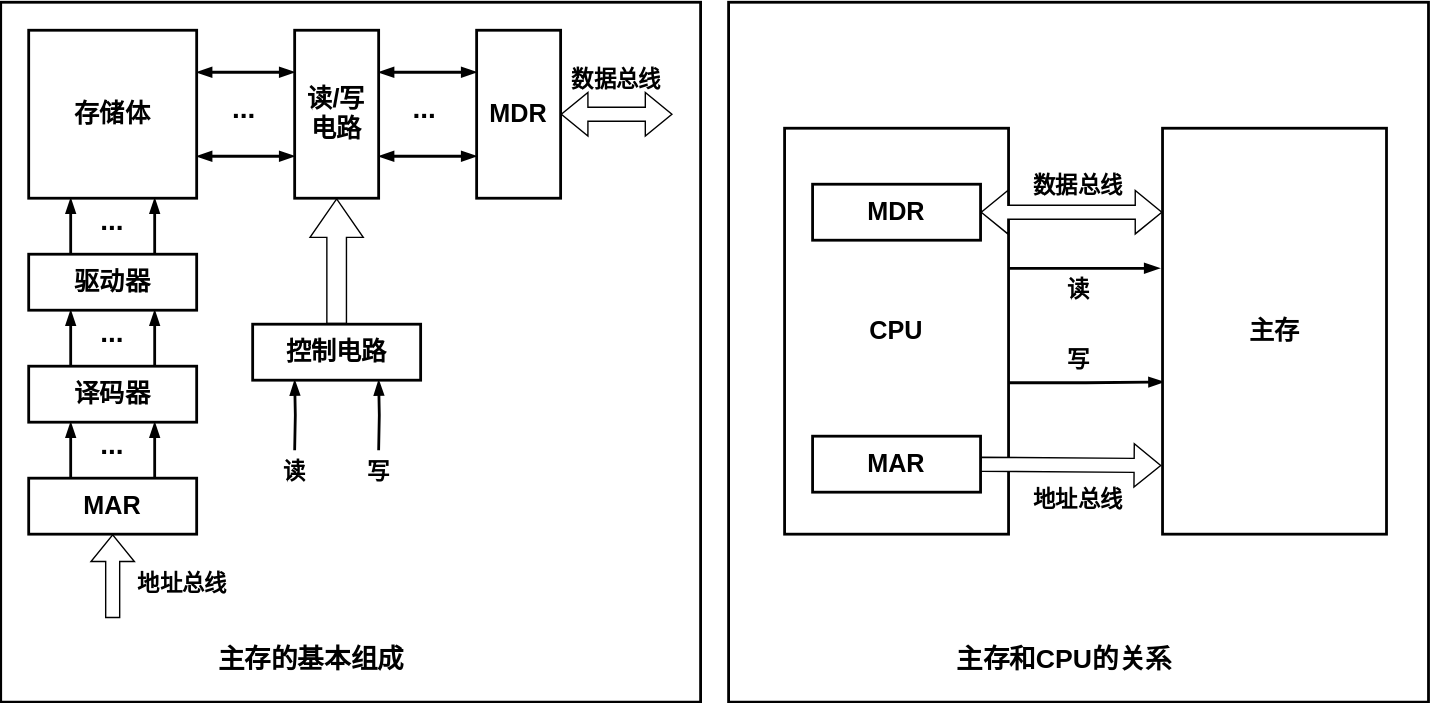
creatern/NoteBook keeps this draw.io diagram as pictures/计算机组成原理-主存的基本组成.drawio.svg. Above is the earlier version. Source tidied: cells renumbered, new cells last; positions are measured from the earlier drawing's top-left corner, leaving out a move shared by most shapes.
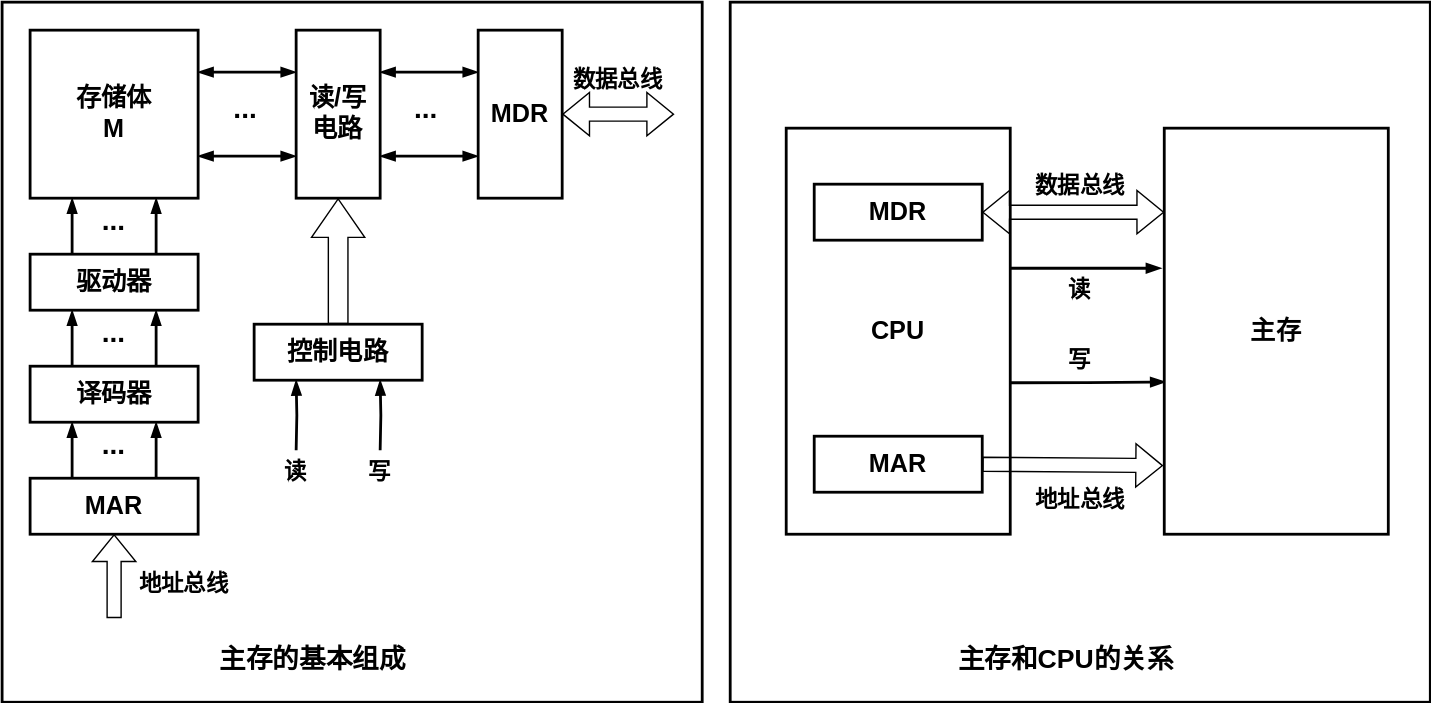
Above is the later version.

Change to the diagram source:
```diff
@@ -11,7 +11,7 @@
     <mxCell id="4" style="edgeStyle=orthogonalEdgeStyle;shape=connector;rounded=0;jettySize=auto;html=1;exitX=1;exitY=0.75;exitDx=0;exitDy=0;entryX=0;entryY=0.75;entryDx=0;entryDy=0;labelBackgroundColor=default;strokeColor=default;strokeWidth=2;fontFamily=Helvetica;fontSize=11;fontColor=default;startArrow=blockThin;startFill=1;endArrow=blockThin;endFill=1;" parent="1" edge="1" source="5" target="17">
       <mxGeometry relative="1" as="geometry" />
     </mxCell>
-    <mxCell id="5" value="存储体" style="rounded=0;whiteSpace=wrap;html=1;strokeWidth=2;fontSize=18;fontStyle=1;" parent="1" vertex="1">
+    <mxCell id="5" value="存储体&lt;br&gt;M" style="rounded=0;whiteSpace=wrap;html=1;strokeWidth=2;fontSize=18;fontStyle=1;" parent="1" vertex="1">
       <mxGeometry x="20" y="20" width="120" height="120" as="geometry" />
     </mxCell>
     <mxCell id="6" style="edgeStyle=orthogonalEdgeStyle;rounded=0;jettySize=auto;html=1;exitX=0.25;exitY=0;exitDx=0;exitDy=0;entryX=0.25;entryY=1;entryDx=0;entryDy=0;strokeWidth=2;endArrow=blockThin;endFill=1;" parent="1" edge="1" source="8" target="5">
@@ -69,7 +69,7 @@
         <mxPoint x="270" y="320" as="sourcePoint" />
       </mxGeometry>
     </mxCell>
-    <mxCell id="23" style="shape=flexArrow;endArrow=classic;startArrow=classic;html=1;rounded=0;labelBackgroundColor=default;strokeColor=default;strokeWidth=1;fontFamily=Helvetica;fontSize=11;fontColor=default;exitX=1;exitY=0.5;exitDx=0;exitDy=0;" parent="1" edge="1" source="18">
+    <mxCell id="23" style="shape=flexArrow;endArrow=classic;startArrow=classic;html=1;rounded=0;labelBackgroundColor=default;strokeWidth=1;fontFamily=Helvetica;fontSize=11;fontColor=default;exitX=1;exitY=0.5;exitDx=0;exitDy=0;" parent="1" edge="1" source="18">
       <mxGeometry relative="1" as="geometry">
         <mxPoint x="480" y="80" as="targetPoint" />
       </mxGeometry>
@@ -98,7 +98,7 @@
     <mxCell id="31" value="&lt;b&gt;&lt;font style=&quot;font-size: 16px;&quot;&gt;数据总线&lt;/font&gt;&lt;/b&gt;" style="text;html=1;strokeColor=none;fillColor=none;align=center;verticalAlign=middle;whiteSpace=wrap;rounded=0;fontSize=11;fontFamily=Helvetica;fontColor=default;" parent="1" vertex="1">
       <mxGeometry x="400" y="40" width="80" height="30" as="geometry" />
     </mxCell>
-    <mxCell id="32" style="shape=flexArrow;endArrow=classic;html=1;rounded=0;labelBackgroundColor=default;strokeColor=default;strokeWidth=1;fontFamily=Helvetica;fontSize=11;fontColor=default;entryX=0.5;entryY=1;entryDx=0;entryDy=0;" parent="1" edge="1" target="14">
+    <mxCell id="32" style="shape=flexArrow;endArrow=classic;html=1;rounded=0;labelBackgroundColor=default;strokeWidth=1;fontFamily=Helvetica;fontSize=11;fontColor=default;entryX=0.5;entryY=1;entryDx=0;entryDy=0;" parent="1" edge="1" target="14">
       <mxGeometry relative="1" as="geometry">
         <mxPoint x="80" y="440" as="sourcePoint" />
       </mxGeometry>
@@ -112,10 +112,10 @@
     <mxCell id="35" style="rounded=0;whiteSpace=wrap;html=1;strokeWidth=2;fontSize=18;fontStyle=1;fontFamily=Helvetica;fontColor=default;" parent="1" vertex="1">
       <mxGeometry x="520" width="500" height="500" as="geometry" />
     </mxCell>
-    <mxCell id="36" style="edgeStyle=orthogonalEdgeStyle;shape=connector;rounded=0;jettySize=auto;html=1;exitX=1;exitY=0.345;exitDx=0;exitDy=0;entryX=-0.013;entryY=0.345;entryDx=0;entryDy=0;labelBackgroundColor=default;strokeColor=default;strokeWidth=2;fontFamily=Helvetica;fontSize=11;fontColor=default;startArrow=none;startFill=0;endArrow=blockThin;endFill=1;entryPerimeter=0;exitPerimeter=0;" parent="1" edge="1" source="38" target="41">
+    <mxCell id="36" style="edgeStyle=orthogonalEdgeStyle;shape=connector;rounded=0;jettySize=auto;html=1;exitX=1;exitY=0.345;exitDx=0;exitDy=0;entryX=-0.013;entryY=0.345;entryDx=0;entryDy=0;labelBackgroundColor=default;strokeWidth=2;fontFamily=Helvetica;fontSize=11;fontColor=default;startArrow=none;startFill=0;endArrow=blockThin;endFill=1;entryPerimeter=0;exitPerimeter=0;" parent="1" edge="1" source="38" target="41">
       <mxGeometry relative="1" as="geometry" />
     </mxCell>
-    <mxCell id="37" style="edgeStyle=orthogonalEdgeStyle;shape=connector;rounded=0;jettySize=auto;html=1;exitX=1.002;exitY=0.627;exitDx=0;exitDy=0;entryX=0.006;entryY=0.625;entryDx=0;entryDy=0;labelBackgroundColor=default;strokeColor=default;strokeWidth=2;fontFamily=Helvetica;fontSize=11;fontColor=default;startArrow=none;startFill=0;endArrow=blockThin;endFill=1;entryPerimeter=0;exitPerimeter=0;" parent="1" edge="1" source="38" target="41">
+    <mxCell id="37" style="edgeStyle=orthogonalEdgeStyle;shape=connector;rounded=0;jettySize=auto;html=1;exitX=1.002;exitY=0.627;exitDx=0;exitDy=0;entryX=0.006;entryY=0.625;entryDx=0;entryDy=0;labelBackgroundColor=default;strokeWidth=2;fontFamily=Helvetica;fontSize=11;fontColor=default;startArrow=none;startFill=0;endArrow=blockThin;endFill=1;entryPerimeter=0;exitPerimeter=0;" parent="1" edge="1" source="38" target="41">
       <mxGeometry relative="1" as="geometry" />
     </mxCell>
     <mxCell id="38" value="CPU" style="rounded=0;whiteSpace=wrap;html=1;strokeWidth=2;fontSize=18;fontStyle=1;" parent="1" vertex="1">
@@ -136,13 +136,13 @@
     <mxCell id="43" value="&lt;b&gt;&lt;font style=&quot;font-size: 16px;&quot;&gt;写&lt;/font&gt;&lt;/b&gt;" style="text;html=1;strokeColor=none;fillColor=none;align=center;verticalAlign=middle;whiteSpace=wrap;rounded=0;fontSize=11;fontFamily=Helvetica;fontColor=default;" parent="1" vertex="1">
       <mxGeometry x="740" y="240" width="60" height="30" as="geometry" />
     </mxCell>
-    <mxCell id="44" style="shape=flexArrow;endArrow=classic;html=1;rounded=0;labelBackgroundColor=default;strokeColor=default;strokeWidth=1;fontFamily=Helvetica;fontSize=11;fontColor=default;entryX=-0.005;entryY=0.831;entryDx=0;entryDy=0;exitX=1;exitY=0.5;exitDx=0;exitDy=0;entryPerimeter=0;fillColor=default;" parent="1" edge="1" source="40" target="41">
+    <mxCell id="44" style="shape=flexArrow;endArrow=classic;html=1;rounded=0;labelBackgroundColor=default;strokeWidth=1;fontFamily=Helvetica;fontSize=11;fontColor=default;entryX=-0.005;entryY=0.831;entryDx=0;entryDy=0;exitX=1;exitY=0.5;exitDx=0;exitDy=0;entryPerimeter=0;" parent="1" edge="1" source="40" target="41">
       <mxGeometry relative="1" as="geometry" />
     </mxCell>
     <mxCell id="45" value="&lt;span style=&quot;font-size: 16px;&quot;&gt;&lt;b&gt;地址总线&lt;/b&gt;&lt;/span&gt;" style="text;html=1;strokeColor=none;fillColor=none;align=center;verticalAlign=middle;whiteSpace=wrap;rounded=0;fontSize=11;fontFamily=Helvetica;fontColor=default;" parent="1" vertex="1">
       <mxGeometry x="730" y="340" width="80" height="30" as="geometry" />
     </mxCell>
-    <mxCell id="46" style="shape=flexArrow;endArrow=classic;startArrow=classic;html=1;rounded=0;labelBackgroundColor=default;strokeColor=default;strokeWidth=1;fontFamily=Helvetica;fontSize=11;fontColor=default;exitX=1;exitY=0.5;exitDx=0;exitDy=0;fillColor=default;" parent="1" edge="1" source="39">
+    <mxCell id="46" style="shape=flexArrow;endArrow=classic;startArrow=classic;html=1;rounded=0;labelBackgroundColor=default;strokeWidth=1;fontFamily=Helvetica;fontSize=11;fontColor=default;exitX=1;exitY=0.5;exitDx=0;exitDy=0;" parent="1" edge="1" source="39">
       <mxGeometry relative="1" as="geometry">
         <mxPoint x="830" y="150" as="targetPoint" />
       </mxGeometry>
```
